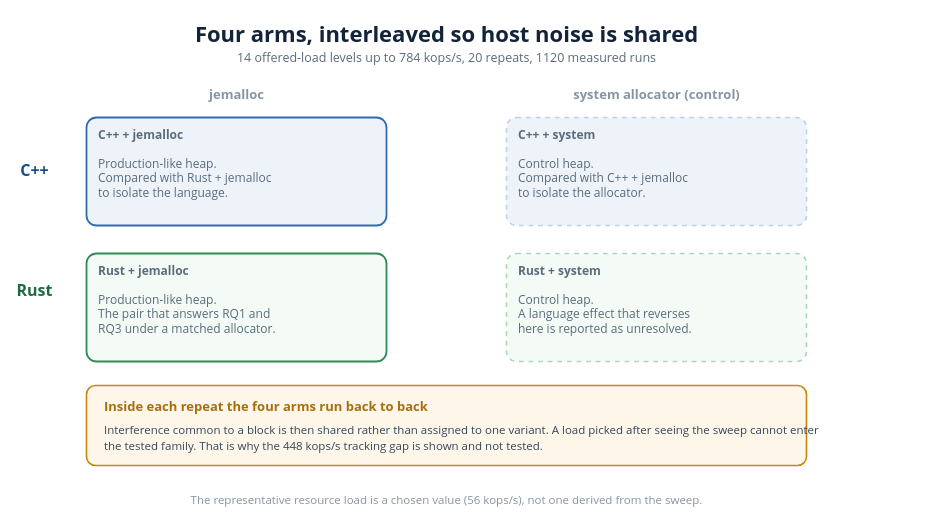
VienThanh12/Master-Thesis keeps this draw.io diagram as page "Four variants" (7 of 30) of diagrams/review/thesis_v3_review.drawio. Above is the earlier version. Source tidied: cells renumbered, new cells numbered last; positions are measured from the earlier drawing's top-left corner, leaving out a move shared by most shapes. Both pictures are drawn from the tidied source at 100%, with x=0, y=0 at pixel (17, 16).
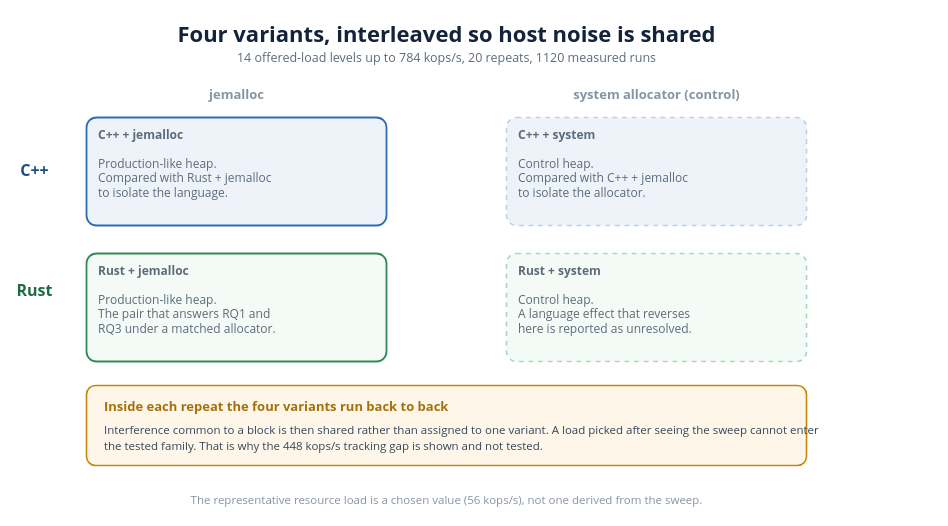
After the change.

Diff of the diagram source:
```diff
@@
 <mxGraphModel>
   <root>
     <mxCell id="0" />
     <mxCell id="1" parent="0" />
-    <mxCell id="2" value="Four arms, interleaved so host noise is shared" style="text;html=1;strokeColor=none;fillColor=none;whiteSpace=nowrap;align=center;verticalAlign=middle;fontSize=22;fontColor=#12233a;fontFamily=Segoe UI;fontStyle=1;" parent="1" vertex="1">
-      <mxGeometry x="153.2" y="0.1" width="551.5" height="33" as="geometry" />
+    <mxCell id="2" value="Four variants, interleaved so host noise is shared" style="text;html=1;strokeColor=none;fillColor=none;whiteSpace=nowrap;align=center;verticalAlign=middle;fontSize=22;fontColor=#12233a;fontFamily=Segoe UI;fontStyle=1;" parent="1" vertex="1">
+      <mxGeometry x="129.2" y="0.1" width="599.5" height="33" as="geometry" />
     </mxCell>
     <mxCell id="3" value="14 offered-load levels up to 784 kops/s, 20 repeats, 1120 measured runs" style="text;html=1;strokeColor=none;fillColor=none;whiteSpace=nowrap;align=center;verticalAlign=middle;fontSize=12.5;fontColor=#5b6b7b;fontFamily=Segoe UI;" parent="1" vertex="1">
       <mxGeometry x="187.2" y="31.1" width="483.7" height="18.8" as="geometry" />
     </mxCell>
     <mxCell id="4" value="jemalloc" style="text;html=1;strokeColor=none;fillColor=none;whiteSpace=nowrap;align=center;verticalAlign=middle;fontSize=13;fontColor=#8794a3;fontFamily=Segoe UI;fontStyle=1;" parent="1" vertex="1">
       <mxGeometry x="190.7" y="68.7" width="56.7" height="19.5" as="geometry" />
     </mxCell>
     <mxCell id="5" value="system allocator (control)" style="text;html=1;strokeColor=none;fillColor=none;whiteSpace=nowrap;align=center;verticalAlign=middle;fontSize=13;fontColor=#8794a3;fontFamily=Segoe UI;fontStyle=1;" parent="1" vertex="1">
       <mxGeometry x="546.9" y="68.7" width="184.2" height="19.5" as="geometry" />
     </mxCell>
     <mxCell id="6" value="C++" style="text;html=1;strokeColor=none;fillColor=none;whiteSpace=nowrap;align=center;verticalAlign=middle;fontSize=16;fontColor=#1c4e86;fontFamily=Segoe UI;fontStyle=1;" parent="1" vertex="1">
       <mxGeometry x="3.9" y="141.8" width="26.2" height="24" as="geometry" />
     </mxCell>
     <mxCell id="7" value="Rust" style="text;html=1;strokeColor=none;fillColor=none;whiteSpace=nowrap;align=center;verticalAlign=middle;fontSize=16;fontColor=#1f6b41;fontFamily=Segoe UI;fontStyle=1;" parent="1" vertex="1">
       <mxGeometry x="-0.4" y="261.8" width="34.9" height="24" as="geometry" />
     </mxCell>
     <mxCell id="8" value="&lt;b&gt;C++ + jemalloc&lt;/b&gt;&lt;br&gt;&lt;br&gt;Production-like heap.&lt;br&gt;Compared with Rust + jemalloc&lt;br&gt;to isolate the language." style="rounded=1;whiteSpace=wrap;html=1;absoluteArcSize=1;arcSize=20;fillColor=#eef3fa;strokeColor=#2f6db3;strokeWidth=1.8;align=left;verticalAlign=top;spacingLeft=10;spacingTop=4;spacingRight=6;fontSize=12;fontColor=#5b6b7b;fontFamily=Segoe UI;" parent="1" vertex="1">
       <mxGeometry x="69" y="101" width="300" height="108" as="geometry" />
     </mxCell>
     <mxCell id="9" value="&lt;b&gt;C++ + system&lt;/b&gt;&lt;br&gt;&lt;br&gt;Control heap.&lt;br&gt;Compared with C++ + jemalloc&lt;br&gt;to isolate the allocator." style="rounded=1;whiteSpace=wrap;html=1;absoluteArcSize=1;arcSize=20;fillColor=#eef3fa;strokeColor=#bcd0e8;strokeWidth=1.6;align=left;verticalAlign=top;spacingLeft=10;spacingTop=4;spacingRight=6;fontSize=12;fontColor=#5b6b7b;fontFamily=Segoe UI;dashed=1;" parent="1" vertex="1">
       <mxGeometry x="489" y="101" width="300" height="108" as="geometry" />
     </mxCell>
     <mxCell id="10" value="&lt;b&gt;Rust + jemalloc&lt;/b&gt;&lt;br&gt;&lt;br&gt;Production-like heap.&lt;br&gt;The pair that answers RQ1 and&lt;br&gt;RQ3 under a matched allocator." style="rounded=1;whiteSpace=wrap;html=1;absoluteArcSize=1;arcSize=20;fillColor=#f4fbf6;strokeColor=#2e8b57;strokeWidth=1.8;align=left;verticalAlign=top;spacingLeft=10;spacingTop=4;spacingRight=6;fontSize=12;fontColor=#5b6b7b;fontFamily=Segoe UI;" parent="1" vertex="1">
       <mxGeometry x="69" y="237" width="300" height="108" as="geometry" />
     </mxCell>
     <mxCell id="11" value="&lt;b&gt;Rust + system&lt;/b&gt;&lt;br&gt;&lt;br&gt;Control heap.&lt;br&gt;A language effect that reverses&lt;br&gt;here is reported as unresolved." style="rounded=1;whiteSpace=wrap;html=1;absoluteArcSize=1;arcSize=20;fillColor=#f4fbf6;strokeColor=#a8d7bb;strokeWidth=1.6;align=left;verticalAlign=top;spacingLeft=10;spacingTop=4;spacingRight=6;fontSize=12;fontColor=#5b6b7b;fontFamily=Segoe UI;dashed=1;" parent="1" vertex="1">
       <mxGeometry x="489" y="237" width="300" height="108" as="geometry" />
     </mxCell>
     <mxCell id="12" style="rounded=1;whiteSpace=wrap;html=1;absoluteArcSize=1;arcSize=18;fillColor=#fdf6e9;strokeColor=#c8860d;strokeWidth=1.6;" parent="1" vertex="1">
       <mxGeometry x="69" y="369" width="720" height="80" as="geometry" />
     </mxCell>
-    <mxCell id="13" value="Inside each repeat the four arms run back to back" style="text;html=1;strokeColor=none;fillColor=none;whiteSpace=nowrap;align=left;verticalAlign=middle;fontSize=13;fontColor=#a5700c;fontFamily=Segoe UI;fontStyle=1;" parent="1" vertex="1">
-      <mxGeometry x="85" y="380.6" width="347.2" height="19.5" as="geometry" />
+    <mxCell id="13" value="Inside each repeat the four variants run back to back" style="text;html=1;strokeColor=none;fillColor=none;whiteSpace=nowrap;align=left;verticalAlign=middle;fontSize=13;fontColor=#a5700c;fontFamily=Segoe UI;fontStyle=1;" parent="1" vertex="1">
+      <mxGeometry x="85" y="380.6" width="375.5" height="19.5" as="geometry" />
     </mxCell>
     <mxCell id="14" value="Interference common to a block is then shared rather than assigned to one variant. A load picked after seeing the sweep cannot enter" style="text;html=1;strokeColor=none;fillColor=none;whiteSpace=nowrap;align=left;verticalAlign=middle;fontSize=11.5;fontColor=#33475b;fontFamily=Segoe UI;" parent="1" vertex="1">
       <mxGeometry x="85" y="404.1" width="827.3" height="17.2" as="geometry" />
     </mxCell>
     <mxCell id="15" value="the tested family. That is why the 448 kops/s tracking gap is shown and not tested." style="text;html=1;strokeColor=none;fillColor=none;whiteSpace=nowrap;align=left;verticalAlign=middle;fontSize=11.5;fontColor=#33475b;fontFamily=Segoe UI;" parent="1" vertex="1">
       <mxGeometry x="85" y="420.1" width="520.2" height="17.2" as="geometry" />
     </mxCell>
     <mxCell id="16" value="The representative resource load is a chosen value (56 kops/s), not one derived from the sweep." style="text;html=1;strokeColor=none;fillColor=none;whiteSpace=nowrap;align=center;verticalAlign=middle;fontSize=11.5;fontColor=#8794a3;fontFamily=Segoe UI;" parent="1" vertex="1">
       <mxGeometry x="131.3" y="474.1" width="595.4" height="17.2" as="geometry" />
     </mxCell>
   </root>
 </mxGraphModel>
```
